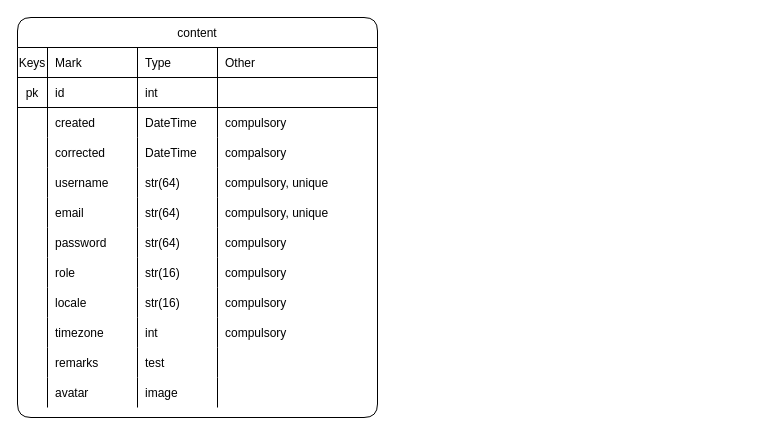
Above: page "content tables" (3 of 9) of market-coffee.drawio in Sergey190309/220415-market-caffee (draw.io), before the change. Source tidied: cells renumbered, new cells numbered last; positions are measured from the earlier drawing's top-left corner, leaving out a move shared by most shapes. Both pictures are drawn from the tidied source at 100%, with x=0, y=0 at pixel (17, 17).
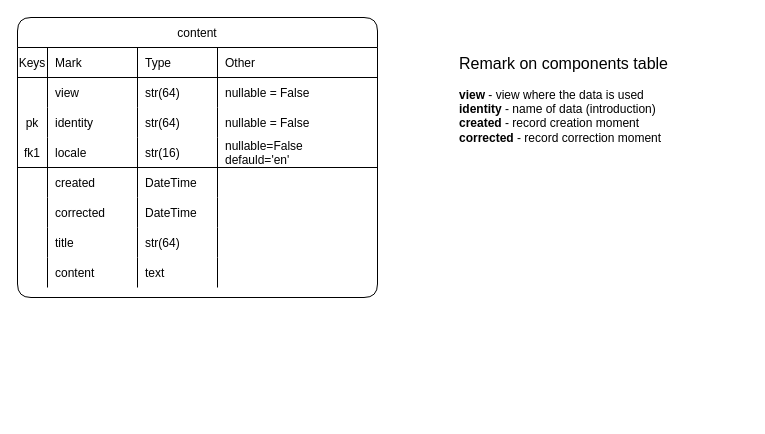
The same diagram, later.

Change to the diagram source:
```diff
@@
     <mxCell id="2" value="content" style="shape=table;startSize=30;childLayout=tableLayout;rowLines=0;fontStyle=0;align=center;shadow=0;labelBackgroundColor=none;strokeWidth=1;fontColor=#000000;rounded=1;" parent="1" vertex="1">
-      <mxGeometry width="360" height="400" as="geometry" />
+      <mxGeometry width="360" height="280" as="geometry" />
     </mxCell>
@@
-    <mxCell id="8" style="shape=partialRectangle;fillColor=none;top=0;left=0;bottom=1;right=0;fontStyle=5;rounded=1;" parent="2" vertex="1">
+    <mxCell id="8" style="shape=partialRectangle;fillColor=none;top=0;left=0;bottom=0;right=0;fontStyle=5;rounded=1;" parent="2" vertex="1">
       <mxGeometry y="60" width="360" height="30" as="geometry" />
     </mxCell>
-    <mxCell id="9" value="pk" style="shape=partialRectangle;fillColor=none;top=0;left=0;bottom=0;right=0;fontStyle=0;overflow=hidden;rounded=1;" parent="8" vertex="1">
+    <mxCell id="9" style="shape=partialRectangle;fillColor=none;top=0;left=0;bottom=0;right=0;fontStyle=0;overflow=hidden;rounded=1;" parent="8" vertex="1">
       <mxGeometry width="30" height="30" as="geometry" />
     </mxCell>
-    <mxCell id="10" value="id" style="shape=partialRectangle;fillColor=none;top=0;left=0;bottom=0;right=0;align=left;spacingLeft=6;fontStyle=0;overflow=hidden;rounded=1;" parent="8" vertex="1">
+    <mxCell id="10" value="view" style="shape=partialRectangle;fillColor=none;top=0;left=0;bottom=0;right=0;align=left;spacingLeft=6;fontStyle=0;overflow=hidden;rounded=1;" parent="8" vertex="1">
       <mxGeometry x="30" width="90" height="30" as="geometry" />
     </mxCell>
-    <mxCell id="11" value="int" style="shape=partialRectangle;fillColor=none;top=0;left=0;bottom=0;right=0;align=left;spacingLeft=6;fontStyle=0;overflow=hidden;rounded=1;" parent="8" vertex="1">
+    <mxCell id="11" value="str(64)" style="shape=partialRectangle;fillColor=none;top=0;left=0;bottom=0;right=0;align=left;spacingLeft=6;fontStyle=0;overflow=hidden;rounded=1;" parent="8" vertex="1">
       <mxGeometry x="120" width="80" height="30" as="geometry" />
     </mxCell>
-    <mxCell id="12" style="shape=partialRectangle;fillColor=none;top=0;left=0;bottom=0;right=0;align=left;spacingLeft=6;fontStyle=0;overflow=hidden;rounded=1;" parent="8" vertex="1">
+    <mxCell id="12" value="nullable = False" style="shape=partialRectangle;fillColor=none;top=0;left=0;bottom=0;right=0;align=left;spacingLeft=6;fontStyle=0;overflow=hidden;rounded=1;" parent="8" vertex="1">
       <mxGeometry x="200" width="160" height="30" as="geometry" />
     </mxCell>
+    <mxCell id="63" style="shape=partialRectangle;fillColor=none;top=0;left=0;bottom=0;right=0;fontStyle=5;rounded=1;" parent="2" vertex="1">
+      <mxGeometry y="90" width="360" height="30" as="geometry" />
+    </mxCell>
+    <mxCell id="64" value="pk" style="shape=partialRectangle;fillColor=none;top=0;left=0;bottom=0;right=0;fontStyle=0;overflow=hidden;rounded=1;" parent="63" vertex="1">
+      <mxGeometry width="30" height="30" as="geometry" />
+    </mxCell>
+    <mxCell id="65" value="identity" style="shape=partialRectangle;fillColor=none;top=0;left=0;bottom=0;right=0;align=left;spacingLeft=6;fontStyle=0;overflow=hidden;rounded=1;" parent="63" vertex="1">
+      <mxGeometry x="30" width="90" height="30" as="geometry" />
+    </mxCell>
+    <mxCell id="36" value="str(64)" style="shape=partialRectangle;fillColor=none;top=0;left=0;bottom=0;right=0;align=left;spacingLeft=6;fontStyle=0;overflow=hidden;rounded=1;" parent="63" vertex="1">
+      <mxGeometry x="120" width="80" height="30" as="geometry" />
+    </mxCell>
+    <mxCell id="66" value="nullable = False" style="shape=partialRectangle;fillColor=none;top=0;left=0;bottom=0;right=0;align=left;spacingLeft=6;fontStyle=0;overflow=hidden;rounded=1;" parent="63" vertex="1">
+      <mxGeometry x="200" width="160" height="30" as="geometry" />
+    </mxCell>
+    <mxCell id="67" style="shape=partialRectangle;fillColor=none;top=0;left=0;bottom=1;right=0;fontStyle=5;rounded=1;" parent="2" vertex="1">
+      <mxGeometry y="120" width="360" height="30" as="geometry" />
+    </mxCell>
+    <mxCell id="68" value="fk1" style="shape=partialRectangle;fillColor=none;top=0;left=0;bottom=0;right=0;fontStyle=0;overflow=hidden;rounded=1;" parent="67" vertex="1">
+      <mxGeometry width="30" height="30" as="geometry" />
+    </mxCell>
+    <mxCell id="45" value="locale" style="shape=partialRectangle;fillColor=none;top=0;left=0;bottom=0;right=0;align=left;spacingLeft=6;fontStyle=0;overflow=hidden;rounded=1;" parent="67" vertex="1">
+      <mxGeometry x="30" width="90" height="30" as="geometry" />
+    </mxCell>
+    <mxCell id="69" value="str(16)" style="shape=partialRectangle;fillColor=none;top=0;left=0;bottom=0;right=0;align=left;spacingLeft=6;fontStyle=0;overflow=hidden;rounded=1;" parent="67" vertex="1">
+      <mxGeometry x="120" width="80" height="30" as="geometry" />
+    </mxCell>
+    <mxCell id="70" value="nullable=False&#10;defauld='en'" style="shape=partialRectangle;fillColor=none;top=0;left=0;bottom=0;right=0;align=left;spacingLeft=6;fontStyle=0;overflow=hidden;rounded=1;" parent="67" vertex="1">
+      <mxGeometry x="200" width="160" height="30" as="geometry" />
+    </mxCell>
     <mxCell id="13" style="shape=partialRectangle;fillColor=none;top=0;left=0;bottom=0;right=0;rounded=1;" parent="2" vertex="1">
-      <mxGeometry y="90" width="360" height="30" as="geometry" />
+      <mxGeometry y="150" width="360" height="30" as="geometry" />
     </mxCell>
@@
-    <mxCell id="17" value="compulsory" style="shape=partialRectangle;fillColor=none;top=0;left=0;bottom=0;right=0;align=left;spacingLeft=6;overflow=hidden;rounded=1;" parent="13" vertex="1">
+    <mxCell id="17" style="shape=partialRectangle;fillColor=none;top=0;left=0;bottom=0;right=0;align=left;spacingLeft=6;overflow=hidden;rounded=1;" parent="13" vertex="1">
       <mxGeometry x="200" width="160" height="30" as="geometry" />
     </mxCell>
     <mxCell id="18" style="shape=partialRectangle;fillColor=none;top=0;left=0;bottom=0;right=0;rounded=1;" parent="2" vertex="1">
-      <mxGeometry y="120" width="360" height="30" as="geometry" />
+      <mxGeometry y="180" width="360" height="30" as="geometry" />
     </mxCell>
@@
-    <mxCell id="22" value="compalsory" style="shape=partialRectangle;fillColor=none;top=0;left=0;bottom=0;right=0;align=left;spacingLeft=6;overflow=hidden;rounded=1;" parent="18" vertex="1">
+    <mxCell id="22" style="shape=partialRectangle;fillColor=none;top=0;left=0;bottom=0;right=0;align=left;spacingLeft=6;overflow=hidden;rounded=1;" parent="18" vertex="1">
       <mxGeometry x="200" width="160" height="30" as="geometry" />
     </mxCell>
     <mxCell id="23" style="shape=partialRectangle;fillColor=none;top=0;left=0;bottom=0;right=0;rounded=1;" parent="2" vertex="1">
-      <mxGeometry y="150" width="360" height="30" as="geometry" />
+      <mxGeometry y="210" width="360" height="30" as="geometry" />
     </mxCell>
@@
-    <mxCell id="25" value="username" style="shape=partialRectangle;fillColor=none;top=0;left=0;bottom=0;right=0;align=left;spacingLeft=6;overflow=hidden;rounded=1;" parent="23" vertex="1">
+    <mxCell id="25" value="title" style="shape=partialRectangle;fillColor=none;top=0;left=0;bottom=0;right=0;align=left;spacingLeft=6;overflow=hidden;rounded=1;" parent="23" vertex="1">
       <mxGeometry x="30" width="90" height="30" as="geometry" />
     </mxCell>
@@
-    <mxCell id="27" value="compulsory, unique" style="shape=partialRectangle;fillColor=none;top=0;left=0;bottom=0;right=0;align=left;spacingLeft=6;overflow=hidden;rounded=1;" parent="23" vertex="1">
+    <mxCell id="27" style="shape=partialRectangle;fillColor=none;top=0;left=0;bottom=0;right=0;align=left;spacingLeft=6;overflow=hidden;rounded=1;" parent="23" vertex="1">
       <mxGeometry x="200" width="160" height="30" as="geometry" />
     </mxCell>
     <mxCell id="28" style="shape=partialRectangle;fillColor=none;top=0;left=0;bottom=0;right=0;rounded=1;" parent="2" vertex="1">
-      <mxGeometry y="180" width="360" height="30" as="geometry" />
+      <mxGeometry y="240" width="360" height="30" as="geometry" />
     </mxCell>
@@
-    <mxCell id="30" value="email" style="shape=partialRectangle;fillColor=none;top=0;left=0;bottom=0;right=0;align=left;spacingLeft=6;overflow=hidden;rounded=1;" parent="28" vertex="1">
+    <mxCell id="30" value="content" style="shape=partialRectangle;fillColor=none;top=0;left=0;bottom=0;right=0;align=left;spacingLeft=6;overflow=hidden;rounded=1;" parent="28" vertex="1">
       <mxGeometry x="30" width="90" height="30" as="geometry" />
     </mxCell>
-    <mxCell id="31" value="str(64)" style="shape=partialRectangle;fillColor=none;top=0;left=0;bottom=0;right=0;align=left;spacingLeft=6;overflow=hidden;rounded=1;" parent="28" vertex="1">
+    <mxCell id="31" value="text" style="shape=partialRectangle;fillColor=none;top=0;left=0;bottom=0;right=0;align=left;spacingLeft=6;overflow=hidden;rounded=1;" parent="28" vertex="1">
       <mxGeometry x="120" width="80" height="30" as="geometry" />
     </mxCell>
-    <mxCell id="32" value="compulsory, unique" style="shape=partialRectangle;fillColor=none;top=0;left=0;bottom=0;right=0;align=left;spacingLeft=6;overflow=hidden;rounded=1;" parent="28" vertex="1">
+    <mxCell id="32" style="shape=partialRectangle;fillColor=none;top=0;left=0;bottom=0;right=0;align=left;spacingLeft=6;overflow=hidden;rounded=1;" parent="28" vertex="1">
       <mxGeometry x="200" width="160" height="30" as="geometry" />
     </mxCell>
-    <mxCell id="33" style="shape=partialRectangle;fillColor=none;top=0;left=0;bottom=0;right=0;rounded=1;" parent="2" vertex="1">
-      <mxGeometry y="210" width="360" height="30" as="geometry" />
-    </mxCell>
-    <mxCell id="34" style="shape=partialRectangle;fillColor=none;top=0;left=0;bottom=0;right=0;overflow=hidden;rounded=1;" parent="33" vertex="1">
-      <mxGeometry width="30" height="30" as="geometry" />
-    </mxCell>
-    <mxCell id="35" value="password" style="shape=partialRectangle;fillColor=none;top=0;left=0;bottom=0;right=0;align=left;spacingLeft=6;overflow=hidden;rounded=1;" parent="33" vertex="1">
-      <mxGeometry x="30" width="90" height="30" as="geometry" />
-    </mxCell>
-    <mxCell id="36" value="str(64)" style="shape=partialRectangle;fillColor=none;top=0;left=0;bottom=0;right=0;align=left;spacingLeft=6;overflow=hidden;rounded=1;" parent="33" vertex="1">
-      <mxGeometry x="120" width="80" height="30" as="geometry" />
-    </mxCell>
-    <mxCell id="37" value="compulsory" style="shape=partialRectangle;fillColor=none;top=0;left=0;bottom=0;right=0;align=left;spacingLeft=6;overflow=hidden;rounded=1;" parent="33" vertex="1">
-      <mxGeometry x="200" width="160" height="30" as="geometry" />
-    </mxCell>
-    <mxCell id="38" style="shape=partialRectangle;fillColor=none;top=0;left=0;bottom=0;right=0;rounded=1;" parent="2" vertex="1">
-      <mxGeometry y="240" width="360" height="30" as="geometry" />
-    </mxCell>
-    <mxCell id="39" style="shape=partialRectangle;fillColor=none;top=0;left=0;bottom=0;right=0;overflow=hidden;rounded=1;" parent="38" vertex="1">
-      <mxGeometry width="30" height="30" as="geometry" />
-    </mxCell>
-    <mxCell id="40" value="role" style="shape=partialRectangle;fillColor=none;top=0;left=0;bottom=0;right=0;align=left;spacingLeft=6;overflow=hidden;rounded=1;" parent="38" vertex="1">
-      <mxGeometry x="30" width="90" height="30" as="geometry" />
-    </mxCell>
-    <mxCell id="41" value="str(16)" style="shape=partialRectangle;fillColor=none;top=0;left=0;bottom=0;right=0;align=left;spacingLeft=6;overflow=hidden;rounded=1;" parent="38" vertex="1">
-      <mxGeometry x="120" width="80" height="30" as="geometry" />
-    </mxCell>
-    <mxCell id="42" value="compulsory" style="shape=partialRectangle;fillColor=none;top=0;left=0;bottom=0;right=0;align=left;spacingLeft=6;overflow=hidden;rounded=1;" parent="38" vertex="1">
-      <mxGeometry x="200" width="160" height="30" as="geometry" />
-    </mxCell>
-    <mxCell id="43" style="shape=partialRectangle;fillColor=none;top=0;left=0;bottom=0;right=0;rounded=1;" parent="2" vertex="1">
-      <mxGeometry y="270" width="360" height="30" as="geometry" />
-    </mxCell>
-    <mxCell id="44" style="shape=partialRectangle;fillColor=none;top=0;left=0;bottom=0;right=0;overflow=hidden;rounded=1;" parent="43" vertex="1">
-      <mxGeometry width="30" height="30" as="geometry" />
-    </mxCell>
-    <mxCell id="45" value="locale" style="shape=partialRectangle;fillColor=none;top=0;left=0;bottom=0;right=0;align=left;spacingLeft=6;overflow=hidden;rounded=1;" parent="43" vertex="1">
-      <mxGeometry x="30" width="90" height="30" as="geometry" />
-    </mxCell>
-    <mxCell id="46" value="str(16)" style="shape=partialRectangle;fillColor=none;top=0;left=0;bottom=0;right=0;align=left;spacingLeft=6;overflow=hidden;rounded=1;" parent="43" vertex="1">
-      <mxGeometry x="120" width="80" height="30" as="geometry" />
-    </mxCell>
-    <mxCell id="47" value="compulsory" style="shape=partialRectangle;fillColor=none;top=0;left=0;bottom=0;right=0;align=left;spacingLeft=6;overflow=hidden;rounded=1;" parent="43" vertex="1">
-      <mxGeometry x="200" width="160" height="30" as="geometry" />
-    </mxCell>
-    <mxCell id="48" style="shape=partialRectangle;fillColor=none;top=0;left=0;bottom=0;right=0;rounded=1;" parent="2" vertex="1">
-      <mxGeometry y="300" width="360" height="30" as="geometry" />
-    </mxCell>
-    <mxCell id="49" style="shape=partialRectangle;fillColor=none;top=0;left=0;bottom=0;right=0;overflow=hidden;rounded=1;" parent="48" vertex="1">
-      <mxGeometry width="30" height="30" as="geometry" />
-    </mxCell>
-    <mxCell id="50" value="timezone" style="shape=partialRectangle;fillColor=none;top=0;left=0;bottom=0;right=0;align=left;spacingLeft=6;overflow=hidden;rounded=1;" parent="48" vertex="1">
-      <mxGeometry x="30" width="90" height="30" as="geometry" />
-    </mxCell>
-    <mxCell id="51" value="int" style="shape=partialRectangle;fillColor=none;top=0;left=0;bottom=0;right=0;align=left;spacingLeft=6;overflow=hidden;rounded=1;" parent="48" vertex="1">
-      <mxGeometry x="120" width="80" height="30" as="geometry" />
-    </mxCell>
-    <mxCell id="52" value="compulsory" style="shape=partialRectangle;fillColor=none;top=0;left=0;bottom=0;right=0;align=left;spacingLeft=6;overflow=hidden;rounded=1;" parent="48" vertex="1">
-      <mxGeometry x="200" width="160" height="30" as="geometry" />
-    </mxCell>
-    <mxCell id="53" style="shape=partialRectangle;fillColor=none;top=0;left=0;bottom=0;right=0;rounded=1;" parent="2" vertex="1">
-      <mxGeometry y="330" width="360" height="30" as="geometry" />
-    </mxCell>
-    <mxCell id="54" style="shape=partialRectangle;fillColor=none;top=0;left=0;bottom=0;right=0;overflow=hidden;rounded=1;" parent="53" vertex="1">
-      <mxGeometry width="30" height="30" as="geometry" />
-    </mxCell>
-    <mxCell id="55" value="remarks" style="shape=partialRectangle;fillColor=none;top=0;left=0;bottom=0;right=0;align=left;spacingLeft=6;overflow=hidden;rounded=1;" parent="53" vertex="1">
-      <mxGeometry x="30" width="90" height="30" as="geometry" />
-    </mxCell>
-    <mxCell id="56" value="test" style="shape=partialRectangle;fillColor=none;top=0;left=0;bottom=0;right=0;align=left;spacingLeft=6;overflow=hidden;rounded=1;" parent="53" vertex="1">
-      <mxGeometry x="120" width="80" height="30" as="geometry" />
-    </mxCell>
-    <mxCell id="57" style="shape=partialRectangle;fillColor=none;top=0;left=0;bottom=0;right=0;align=left;spacingLeft=6;overflow=hidden;rounded=1;" parent="53" vertex="1">
-      <mxGeometry x="200" width="160" height="30" as="geometry" />
-    </mxCell>
-    <mxCell id="58" style="shape=partialRectangle;fillColor=none;top=0;left=0;bottom=0;right=0;rounded=1;" parent="2" vertex="1">
-      <mxGeometry y="360" width="360" height="30" as="geometry" />
-    </mxCell>
-    <mxCell id="59" style="shape=partialRectangle;fillColor=none;top=0;left=0;bottom=0;right=0;overflow=hidden;rounded=1;" parent="58" vertex="1">
-      <mxGeometry width="30" height="30" as="geometry" />
-    </mxCell>
-    <mxCell id="60" value="avatar" style="shape=partialRectangle;fillColor=none;top=0;left=0;bottom=0;right=0;align=left;spacingLeft=6;overflow=hidden;rounded=1;" parent="58" vertex="1">
-      <mxGeometry x="30" width="90" height="30" as="geometry" />
-    </mxCell>
-    <mxCell id="61" value="image" style="shape=partialRectangle;fillColor=none;top=0;left=0;bottom=0;right=0;align=left;spacingLeft=6;overflow=hidden;rounded=1;" parent="58" vertex="1">
-      <mxGeometry x="120" width="80" height="30" as="geometry" />
-    </mxCell>
-    <mxCell id="62" style="shape=partialRectangle;fillColor=none;top=0;left=0;bottom=0;right=0;align=left;spacingLeft=6;overflow=hidden;rounded=1;" parent="58" vertex="1">
-      <mxGeometry x="200" width="160" height="30" as="geometry" />
-    </mxCell>
+    <mxCell id="71" value="&lt;font style=&quot;font-size: 16px&quot;&gt;Remark on&amp;nbsp;&lt;span style=&quot;text-align: center&quot;&gt;components&lt;/span&gt;&amp;nbsp;table&lt;/font&gt;&lt;br&gt;&lt;font style=&quot;font-size: 12px&quot;&gt;&lt;br&gt;&lt;b&gt;view &lt;/b&gt;- view where the data is used&lt;br&gt;&lt;b&gt;identity&lt;/b&gt; - name of data (introduction)&lt;br&gt;&lt;b&gt;created&lt;/b&gt;&amp;nbsp;- record creation moment&lt;br&gt;&lt;b&gt;corrected&lt;/b&gt; - record correction moment&lt;br&gt;&lt;br&gt;&lt;/font&gt;" style="text;html=1;strokeColor=none;fillColor=none;align=left;verticalAlign=top;whiteSpace=wrap;overflow=hidden;fontSize=12;spacingTop=0;" parent="1" vertex="1">
+      <mxGeometry x="440" y="30" width="290" height="140" as="geometry" />
+    </mxCell>
```
